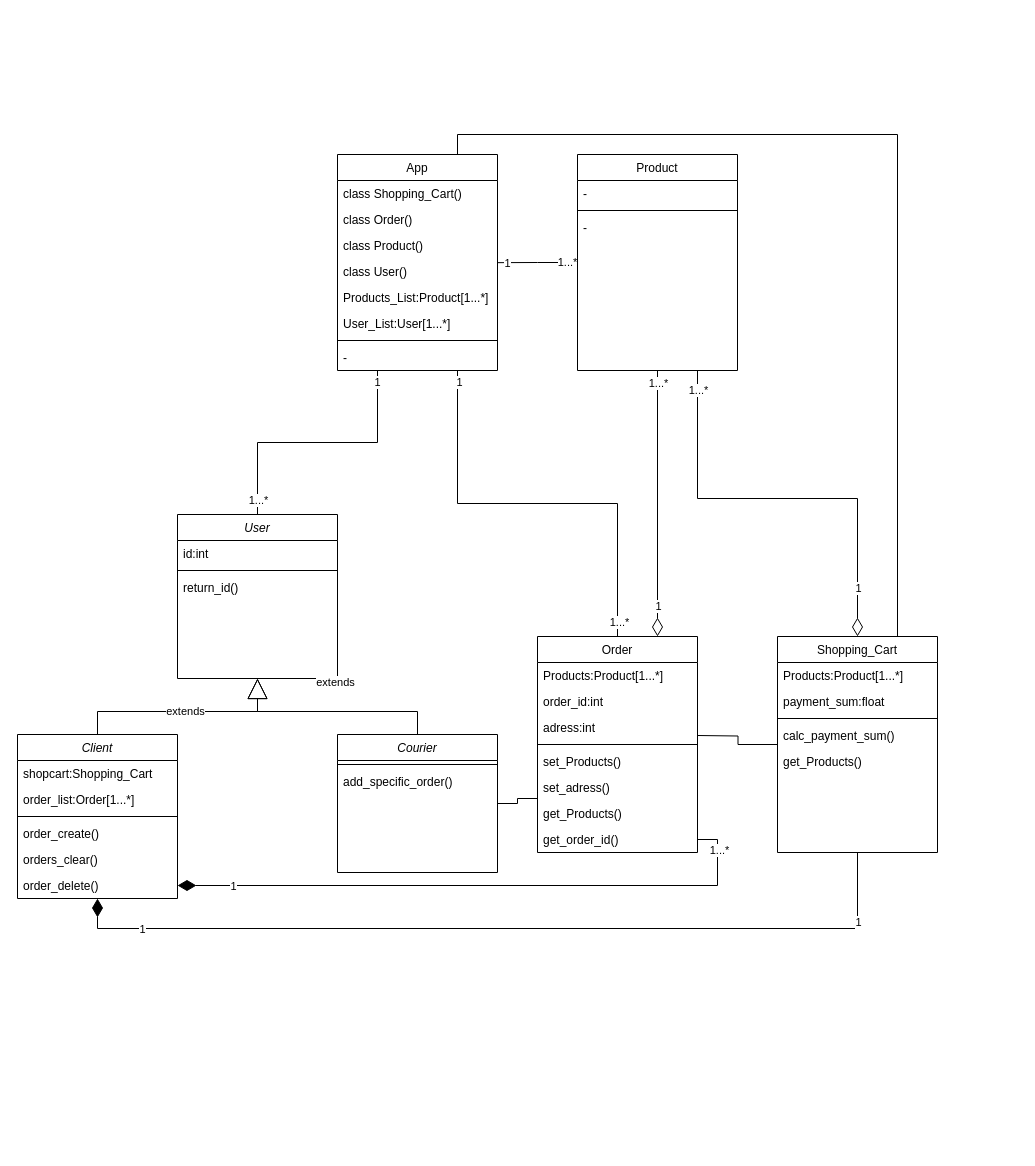
The draw.io diagram class_diagram_delivery_service.drawio in MstislavRomanovski/ProgramIngeneering, before the edit. Source tidied: cells renumbered, new cells numbered last; positions are measured from the earlier drawing's top-left corner, leaving out a move shared by most shapes. Both pictures are drawn from the tidied source at 100%, with x=0, y=0 at pixel (17, 154).
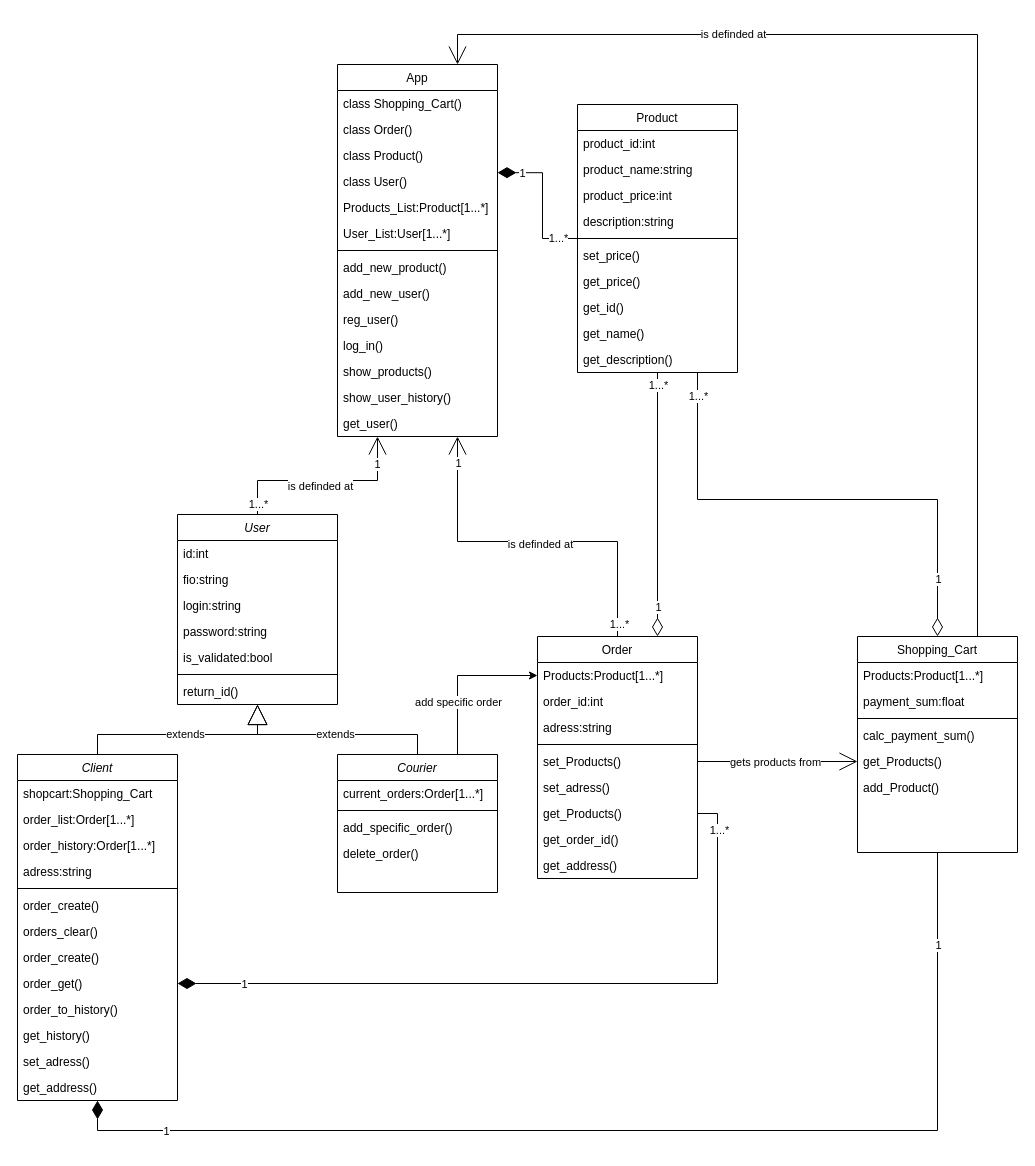
Above is the later version.

The change refers to these unchanged cells:
```xml
<mxCell id="13" value="class User()" style="text;align=left;verticalAlign=top;spacingLeft=4;spacingRight=4;overflow=hidden;points=[[0,0.5],[1,0.5]];portConstraint=eastwest;rounded=0;shadow=0;html=0;" parent="9" vertex="1">
  <mxGeometry y="104" width="160" height="26" as="geometry" />
</mxCell>
<mxCell id="39" value="Products:Product[1...*]" style="text;align=left;verticalAlign=top;spacingLeft=4;spacingRight=4;overflow=hidden;points=[[0,0.5],[1,0.5]];portConstraint=eastwest;rounded=0;shadow=0;html=0;" parent="38" vertex="1">
  <mxGeometry y="26" width="160" height="26" as="geometry" />
</mxCell>
<mxCell id="43" value="set_Products()" style="text;align=left;verticalAlign=top;spacingLeft=4;spacingRight=4;overflow=hidden;points=[[0,0.5],[1,0.5]];portConstraint=eastwest;" parent="38" vertex="1">
  <mxGeometry y="112" width="160" height="26" as="geometry" />
</mxCell>
<mxCell id="45" value="get_Products()" style="text;align=left;verticalAlign=top;spacingLeft=4;spacingRight=4;overflow=hidden;points=[[0,0.5],[1,0.5]];portConstraint=eastwest;" parent="38" vertex="1">
  <mxGeometry y="164" width="160" height="26" as="geometry" />
</mxCell>
<mxCell id="46" value="get_order_id()" style="text;align=left;verticalAlign=top;spacingLeft=4;spacingRight=4;overflow=hidden;points=[[0,0.5],[1,0.5]];portConstraint=eastwest;" parent="38" vertex="1">
  <mxGeometry y="190" width="160" height="26" as="geometry" />
</mxCell>
<mxCell id="56" value="get_Products()" style="text;align=left;verticalAlign=top;spacingLeft=4;spacingRight=4;overflow=hidden;points=[[0,0.5],[1,0.5]];portConstraint=eastwest;" parent="51" vertex="1">
  <mxGeometry y="112" width="160" height="26" as="geometry" />
</mxCell>
```

What changed in the source:
```diff
@@
-    <mxCell id="2" style="edgeStyle=orthogonalEdgeStyle;rounded=0;jettySize=auto;html=1;exitX=0.5;exitY=0;exitDx=0;exitDy=0;entryX=0.25;entryY=1;entryDx=0;entryDy=0;endArrow=none;endFill=0;endSize=16;" parent="1" edge="1" source="5" target="9">
+    <mxCell id="2" style="edgeStyle=orthogonalEdgeStyle;rounded=0;jettySize=auto;html=1;exitX=0.5;exitY=0;exitDx=0;exitDy=0;entryX=0.25;entryY=1;entryDx=0;entryDy=0;endArrow=open;endFill=0;endSize=16;" parent="1" edge="1" source="5" target="9">
       <mxGeometry relative="1" as="geometry" />
     </mxCell>
     <mxCell id="3" value="1" style="edgeLabel;html=1;align=center;verticalAlign=middle;" parent="2" vertex="1">
-      <mxGeometry x="0.92" y="1" relative="1" as="geometry" />
+      <mxGeometry x="0.92" y="1" relative="1" as="geometry">
+        <mxPoint y="19" as="offset" />
+      </mxGeometry>
     </mxCell>
@@
     <mxCell id="5" value="User" style="swimlane;fontStyle=2;align=center;verticalAlign=top;horizontal=1;startSize=26;rounded=0;shadow=0;strokeWidth=1;" parent="1" vertex="1">
-      <mxGeometry x="160" y="360" width="160" height="164" as="geometry" />
+      <mxGeometry x="160" y="360" width="160" height="190" as="geometry" />
     </mxCell>
@@
+    <mxCell id="72" value="fio:string" style="text;align=left;verticalAlign=top;spacingLeft=4;spacingRight=4;overflow=hidden;rounded=0;shadow=0;html=0;" parent="5" vertex="1">
+      <mxGeometry y="52" width="160" height="26" as="geometry" />
+    </mxCell>
+    <mxCell id="73" value="login:string" style="text;align=left;verticalAlign=top;spacingLeft=4;spacingRight=4;overflow=hidden;rounded=0;shadow=0;html=0;" parent="5" vertex="1">
+      <mxGeometry y="78" width="160" height="26" as="geometry" />
+    </mxCell>
+    <mxCell id="74" value="password:string" style="text;align=left;verticalAlign=top;spacingLeft=4;spacingRight=4;overflow=hidden;rounded=0;shadow=0;html=0;" parent="5" vertex="1">
+      <mxGeometry y="104" width="160" height="26" as="geometry" />
+    </mxCell>
+    <mxCell id="75" value="is_validated:bool" style="text;align=left;verticalAlign=top;spacingLeft=4;spacingRight=4;overflow=hidden;rounded=0;shadow=0;html=0;" parent="5" vertex="1">
+      <mxGeometry y="130" width="160" height="26" as="geometry" />
+    </mxCell>
     <mxCell id="7" style="line;html=1;strokeWidth=1;align=left;verticalAlign=middle;spacingTop=-1;spacingLeft=3;spacingRight=3;labelPosition=right;" parent="5" vertex="1">
-      <mxGeometry y="52" width="160" height="8" as="geometry" />
+      <mxGeometry y="156" width="160" height="8" as="geometry" />
     </mxCell>
     <mxCell id="8" value="return_id()" style="text;align=left;verticalAlign=top;spacingLeft=4;spacingRight=4;overflow=hidden;" parent="5" vertex="1">
-      <mxGeometry y="60" width="160" height="26" as="geometry" />
+      <mxGeometry y="164" width="160" height="26" as="geometry" />
     </mxCell>
     <mxCell id="9" value="App" style="swimlane;fontStyle=0;align=center;verticalAlign=top;horizontal=1;startSize=26;rounded=0;shadow=0;strokeWidth=1;" parent="1" vertex="1">
-      <mxGeometry x="320" width="160" height="216" as="geometry" />
+      <mxGeometry x="320" y="-90" width="160" height="372" as="geometry" />
     </mxCell>
@@
-    <mxCell id="17" value="-" style="text;align=left;verticalAlign=top;spacingLeft=4;spacingRight=4;overflow=hidden;" parent="9" vertex="1">
+    <mxCell id="17" value="add_new_product()" style="text;align=left;verticalAlign=top;spacingLeft=4;spacingRight=4;overflow=hidden;" parent="9" vertex="1">
       <mxGeometry y="190" width="160" height="26" as="geometry" />
     </mxCell>
+    <mxCell id="76" value="add_new_user()" style="text;align=left;verticalAlign=top;spacingLeft=4;spacingRight=4;overflow=hidden;" parent="9" vertex="1">
+      <mxGeometry y="216" width="160" height="26" as="geometry" />
+    </mxCell>
+    <mxCell id="77" value="reg_user()" style="text;align=left;verticalAlign=top;spacingLeft=4;spacingRight=4;overflow=hidden;" parent="9" vertex="1">
+      <mxGeometry y="242" width="160" height="26" as="geometry" />
+    </mxCell>
+    <mxCell id="78" value="log_in()" style="text;align=left;verticalAlign=top;spacingLeft=4;spacingRight=4;overflow=hidden;" parent="9" vertex="1">
+      <mxGeometry y="268" width="160" height="26" as="geometry" />
+    </mxCell>
+    <mxCell id="79" value="show_products()" style="text;align=left;verticalAlign=top;spacingLeft=4;spacingRight=4;overflow=hidden;" parent="9" vertex="1">
+      <mxGeometry y="294" width="160" height="26" as="geometry" />
+    </mxCell>
+    <mxCell id="80" value="show_user_history()" style="text;align=left;verticalAlign=top;spacingLeft=4;spacingRight=4;overflow=hidden;" parent="9" vertex="1">
+      <mxGeometry y="320" width="160" height="26" as="geometry" />
+    </mxCell>
+    <mxCell id="81" value="get_user()" style="text;align=left;verticalAlign=top;spacingLeft=4;spacingRight=4;overflow=hidden;" parent="9" vertex="1">
+      <mxGeometry y="346" width="160" height="26" as="geometry" />
+    </mxCell>
@@
     <mxCell id="20" value="Client" style="swimlane;fontStyle=2;align=center;verticalAlign=top;horizontal=1;startSize=26;rounded=0;shadow=0;strokeWidth=1;" parent="1" vertex="1">
-      <mxGeometry y="580" width="160" height="164" as="geometry" />
+      <mxGeometry y="600" width="160" height="346" as="geometry" />
     </mxCell>
@@
+    <mxCell id="82" value="order_history:Order[1...*]" style="text;align=left;verticalAlign=top;spacingLeft=4;spacingRight=4;overflow=hidden;rounded=0;shadow=0;html=0;" parent="20" vertex="1">
+      <mxGeometry y="78" width="160" height="26" as="geometry" />
+    </mxCell>
+    <mxCell id="83" value="adress:string" style="text;align=left;verticalAlign=top;spacingLeft=4;spacingRight=4;overflow=hidden;rounded=0;shadow=0;html=0;" parent="20" vertex="1">
+      <mxGeometry y="104" width="160" height="26" as="geometry" />
+    </mxCell>
     <mxCell id="23" style="line;html=1;strokeWidth=1;align=left;verticalAlign=middle;spacingTop=-1;spacingLeft=3;spacingRight=3;labelPosition=right;" parent="20" vertex="1">
-      <mxGeometry y="78" width="160" height="8" as="geometry" />
+      <mxGeometry y="130" width="160" height="8" as="geometry" />
     </mxCell>
     <mxCell id="24" value="order_create()" style="text;align=left;verticalAlign=top;spacingLeft=4;spacingRight=4;overflow=hidden;" parent="20" vertex="1">
-      <mxGeometry y="86" width="160" height="26" as="geometry" />
+      <mxGeometry y="138" width="160" height="26" as="geometry" />
     </mxCell>
     <mxCell id="25" value="orders_clear()" style="text;align=left;verticalAlign=top;spacingLeft=4;spacingRight=4;overflow=hidden;" parent="20" vertex="1">
-      <mxGeometry y="112" width="160" height="26" as="geometry" />
+      <mxGeometry y="164" width="160" height="26" as="geometry" />
     </mxCell>
+    <mxCell id="84" value="order_create()" style="text;align=left;verticalAlign=top;spacingLeft=4;spacingRight=4;overflow=hidden;" parent="20" vertex="1">
+      <mxGeometry y="190" width="160" height="26" as="geometry" />
+    </mxCell>
-    <mxCell id="26" value="order_delete()" style="text;align=left;verticalAlign=top;spacingLeft=4;spacingRight=4;overflow=hidden;points=[[0,0.5],[1,0.5]];portConstraint=eastwest;" parent="20" vertex="1">
-      <mxGeometry y="138" width="160" height="26" as="geometry" />
+    <mxCell id="26" value="order_get()" style="text;align=left;verticalAlign=top;spacingLeft=4;spacingRight=4;overflow=hidden;points=[[0,0.5],[1,0.5]];portConstraint=eastwest;" parent="20" vertex="1">
+      <mxGeometry y="216" width="160" height="26" as="geometry" />
     </mxCell>
+    <mxCell id="85" value="order_to_history()" style="text;align=left;verticalAlign=top;spacingLeft=4;spacingRight=4;overflow=hidden;" parent="20" vertex="1">
+      <mxGeometry y="242" width="160" height="26" as="geometry" />
+    </mxCell>
+    <mxCell id="86" value="get_history()" style="text;align=left;verticalAlign=top;spacingLeft=4;spacingRight=4;overflow=hidden;" parent="20" vertex="1">
+      <mxGeometry y="268" width="160" height="26" as="geometry" />
+    </mxCell>
+    <mxCell id="87" value="set_adress()" style="text;align=left;verticalAlign=top;spacingLeft=4;spacingRight=4;overflow=hidden;rounded=0;shadow=0;html=0;" parent="20" vertex="1">
+      <mxGeometry y="294" width="160" height="26" as="geometry" />
+    </mxCell>
+    <mxCell id="88" value="get_address()" style="text;align=left;verticalAlign=top;spacingLeft=4;spacingRight=4;overflow=hidden;" parent="20" vertex="1">
+      <mxGeometry y="320" width="160" height="26" as="geometry" />
+    </mxCell>
@@
+    <mxCell id="89" style="edgeStyle=orthogonalEdgeStyle;rounded=0;jettySize=auto;html=1;exitX=0.75;exitY=0;exitDx=0;exitDy=0;entryX=0;entryY=0.5;entryDx=0;entryDy=0;" parent="1" edge="1" source="28" target="39">
+      <mxGeometry relative="1" as="geometry" />
+    </mxCell>
+    <mxCell id="90" value="add specific order" style="edgeLabel;html=1;align=center;verticalAlign=middle;" parent="89" vertex="1">
+      <mxGeometry x="0.12" y="-3" relative="1" as="geometry">
+        <mxPoint x="-10" y="23" as="offset" />
+      </mxGeometry>
+    </mxCell>
     <mxCell id="28" value="Courier" style="swimlane;fontStyle=2;align=center;verticalAlign=top;horizontal=1;startSize=26;rounded=0;shadow=0;strokeWidth=1;" parent="1" vertex="1">
-      <mxGeometry x="320" y="580" width="160" height="138" as="geometry" />
+      <mxGeometry x="320" y="600" width="160" height="138" as="geometry" />
     </mxCell>
+    <mxCell id="91" value="current_orders:Order[1...*]" style="text;align=left;verticalAlign=top;spacingLeft=4;spacingRight=4;overflow=hidden;rounded=0;shadow=0;html=0;" parent="28" vertex="1">
+      <mxGeometry y="26" width="160" height="26" as="geometry" />
+    </mxCell>
     <mxCell id="29" style="line;html=1;strokeWidth=1;align=left;verticalAlign=middle;spacingTop=-1;spacingLeft=3;spacingRight=3;labelPosition=right;" parent="28" vertex="1">
-      <mxGeometry y="26" width="160" height="8" as="geometry" />
+      <mxGeometry y="52" width="160" height="8" as="geometry" />
     </mxCell>
     <mxCell id="30" value="add_specific_order()" style="text;align=left;verticalAlign=top;spacingLeft=4;spacingRight=4;overflow=hidden;" parent="28" vertex="1">
-      <mxGeometry y="34" width="160" height="26" as="geometry" />
+      <mxGeometry y="60" width="160" height="26" as="geometry" />
     </mxCell>
+    <mxCell id="92" value="delete_order()" style="text;align=left;verticalAlign=top;spacingLeft=4;spacingRight=4;overflow=hidden;" parent="28" vertex="1">
+      <mxGeometry y="86" width="160" height="26" as="geometry" />
+    </mxCell>
-    <mxCell id="31" style="edgeStyle=orthogonalEdgeStyle;rounded=0;jettySize=auto;html=1;exitX=0.5;exitY=0;exitDx=0;exitDy=0;entryX=0.75;entryY=1;entryDx=0;entryDy=0;endArrow=none;endFill=0;strokeWidth=1;endSize=16;" parent="1" edge="1" source="38" target="9">
+    <mxCell id="31" style="edgeStyle=orthogonalEdgeStyle;rounded=0;jettySize=auto;html=1;exitX=0.5;exitY=0;exitDx=0;exitDy=0;entryX=0.75;entryY=1;entryDx=0;entryDy=0;endArrow=open;endFill=0;strokeWidth=1;endSize=16;" parent="1" edge="1" source="38" target="9">
       <mxGeometry relative="1" as="geometry" />
     </mxCell>
     <mxCell id="32" value="1" style="edgeLabel;html=1;align=center;verticalAlign=middle;" parent="31" vertex="1">
-      <mxGeometry x="0.95" y="-1" relative="1" as="geometry" />
+      <mxGeometry x="0.95" y="-1" relative="1" as="geometry">
+        <mxPoint y="17" as="offset" />
+      </mxGeometry>
     </mxCell>
@@
-    <mxCell id="37" style="edgeStyle=orthogonalEdgeStyle;rounded=0;jettySize=auto;html=1;exitX=0;exitY=0.75;exitDx=0;exitDy=0;entryX=1;entryY=0.5;entryDx=0;entryDy=0;endArrow=none;endFill=0;" parent="1" edge="1" source="38" target="28">
-      <mxGeometry relative="1" as="geometry" />
-    </mxCell>
     <mxCell id="38" value="Order" style="swimlane;fontStyle=0;align=center;verticalAlign=top;horizontal=1;startSize=26;rounded=0;shadow=0;strokeWidth=1;" parent="1" vertex="1">
-      <mxGeometry x="520" y="482" width="160" height="216" as="geometry" />
+      <mxGeometry x="520" y="482" width="160" height="242" as="geometry" />
     </mxCell>
@@
-    <mxCell id="41" value="adress:int" style="text;align=left;verticalAlign=top;spacingLeft=4;spacingRight=4;overflow=hidden;rounded=0;shadow=0;html=0;" parent="38" vertex="1">
+    <mxCell id="41" value="adress:string" style="text;align=left;verticalAlign=top;spacingLeft=4;spacingRight=4;overflow=hidden;rounded=0;shadow=0;html=0;" parent="38" vertex="1">
       <mxGeometry y="78" width="160" height="26" as="geometry" />
     </mxCell>
@@
+    <mxCell id="93" value="get_address()" style="text;align=left;verticalAlign=top;spacingLeft=4;spacingRight=4;overflow=hidden;" parent="38" vertex="1">
+      <mxGeometry y="216" width="160" height="26" as="geometry" />
+    </mxCell>
@@
-    <mxCell id="50" style="edgeStyle=orthogonalEdgeStyle;rounded=0;jettySize=auto;html=1;exitX=0.75;exitY=0;exitDx=0;exitDy=0;entryX=0.75;entryY=0;entryDx=0;entryDy=0;endArrow=none;endFill=0;" parent="1" edge="1" source="51" target="9">
+    <mxCell id="50" style="edgeStyle=orthogonalEdgeStyle;rounded=0;jettySize=auto;html=1;exitX=0.75;exitY=0;exitDx=0;exitDy=0;entryX=0.75;entryY=0;entryDx=0;entryDy=0;endArrow=open;endFill=0;endSize=16;" parent="1" edge="1" source="51" target="9">
       <mxGeometry relative="1" as="geometry" />
     </mxCell>
+    <mxCell id="94" value="is definded at" style="edgeLabel;html=1;align=center;verticalAlign=middle;" parent="50" vertex="1">
+      <mxGeometry x="0.47" y="-1" relative="1" as="geometry" />
+    </mxCell>
     <mxCell id="51" value="Shopping_Cart" style="swimlane;fontStyle=0;align=center;verticalAlign=top;horizontal=1;startSize=26;rounded=0;shadow=0;strokeWidth=1;" parent="1" vertex="1">
-      <mxGeometry x="760" y="482" width="160" height="216" as="geometry" />
+      <mxGeometry x="840" y="482" width="160" height="216" as="geometry" />
     </mxCell>
@@
+    <mxCell id="95" value="add_Product()" style="text;align=left;verticalAlign=top;spacingLeft=4;spacingRight=4;overflow=hidden;" parent="51" vertex="1">
+      <mxGeometry y="138" width="160" height="26" as="geometry" />
+    </mxCell>
     <mxCell id="57" value="Product" style="swimlane;fontStyle=0;align=center;verticalAlign=top;horizontal=1;startSize=26;rounded=0;shadow=0;strokeWidth=1;" parent="1" vertex="1">
-      <mxGeometry x="560" width="160" height="216" as="geometry" />
+      <mxGeometry x="560" y="-50" width="160" height="268" as="geometry" />
     </mxCell>
-    <mxCell id="58" value="-" style="text;align=left;verticalAlign=top;spacingLeft=4;spacingRight=4;overflow=hidden;rounded=0;shadow=0;html=0;" parent="57" vertex="1">
+    <mxCell id="58" value="product_id:int" style="text;align=left;verticalAlign=top;spacingLeft=4;spacingRight=4;overflow=hidden;rounded=0;shadow=0;html=0;" parent="57" vertex="1">
       <mxGeometry y="26" width="160" height="26" as="geometry" />
     </mxCell>
+    <mxCell id="96" value="product_name:string" style="text;align=left;verticalAlign=top;spacingLeft=4;spacingRight=4;overflow=hidden;rounded=0;shadow=0;html=0;" parent="57" vertex="1">
+      <mxGeometry y="52" width="160" height="26" as="geometry" />
+    </mxCell>
+    <mxCell id="97" value="product_price:int" style="text;align=left;verticalAlign=top;spacingLeft=4;spacingRight=4;overflow=hidden;rounded=0;shadow=0;html=0;" parent="57" vertex="1">
+      <mxGeometry y="78" width="160" height="26" as="geometry" />
+    </mxCell>
+    <mxCell id="98" value="description:string" style="text;align=left;verticalAlign=top;spacingLeft=4;spacingRight=4;overflow=hidden;rounded=0;shadow=0;html=0;" parent="57" vertex="1">
+      <mxGeometry y="104" width="160" height="26" as="geometry" />
+    </mxCell>
     <mxCell id="59" style="line;html=1;strokeWidth=1;align=left;verticalAlign=middle;spacingTop=-1;spacingLeft=3;spacingRight=3;labelPosition=right;" parent="57" vertex="1">
-      <mxGeometry y="52" width="160" height="8" as="geometry" />
+      <mxGeometry y="130" width="160" height="8" as="geometry" />
     </mxCell>
-    <mxCell id="60" value="-" style="text;align=left;verticalAlign=top;spacingLeft=4;spacingRight=4;overflow=hidden;" parent="57" vertex="1">
-      <mxGeometry y="60" width="160" height="26" as="geometry" />
+    <mxCell id="60" value="set_price()" style="text;align=left;verticalAlign=top;spacingLeft=4;spacingRight=4;overflow=hidden;" parent="57" vertex="1">
+      <mxGeometry y="138" width="160" height="26" as="geometry" />
     </mxCell>
+    <mxCell id="99" value="get_price()" style="text;align=left;verticalAlign=top;spacingLeft=4;spacingRight=4;overflow=hidden;" parent="57" vertex="1">
+      <mxGeometry y="164" width="160" height="26" as="geometry" />
+    </mxCell>
+    <mxCell id="100" value="get_id()" style="text;align=left;verticalAlign=top;spacingLeft=4;spacingRight=4;overflow=hidden;" parent="57" vertex="1">
+      <mxGeometry y="190" width="160" height="26" as="geometry" />
+    </mxCell>
+    <mxCell id="101" value="get_name()" style="text;align=left;verticalAlign=top;spacingLeft=4;spacingRight=4;overflow=hidden;" parent="57" vertex="1">
+      <mxGeometry y="216" width="160" height="26" as="geometry" />
+    </mxCell>
+    <mxCell id="102" value="get_description()" style="text;align=left;verticalAlign=top;spacingLeft=4;spacingRight=4;overflow=hidden;" parent="57" vertex="1">
+      <mxGeometry y="242" width="160" height="26" as="geometry" />
+    </mxCell>
     <mxCell id="61" value="extends" style="edgeLabel;html=1;align=center;verticalAlign=middle;" parent="1" vertex="1">
-      <mxGeometry x="172.1" y="538" as="geometry">
+      <mxGeometry x="172.1" y="590" as="geometry">
         <mxPoint x="145" y="-11" as="offset" />
       </mxGeometry>
     </mxCell>
-    <mxCell id="62" style="edgeStyle=orthogonalEdgeStyle;rounded=0;jettySize=auto;html=1;entryX=1;entryY=0.5;entryDx=0;entryDy=0;endArrow=diamondThin;endFill=1;endSize=16;exitX=1;exitY=0.5;exitDx=0;exitDy=0;" parent="1" edge="1" source="46" target="26">
+    <mxCell id="62" style="edgeStyle=orthogonalEdgeStyle;rounded=0;jettySize=auto;html=1;entryX=1;entryY=0.5;entryDx=0;entryDy=0;endArrow=diamondThin;endFill=1;endSize=16;exitX=1;exitY=0.5;exitDx=0;exitDy=0;" parent="1" edge="1" source="45" target="26">
       <mxGeometry relative="1" as="geometry" />
     </mxCell>
@@
-    <mxCell id="65" style="edgeStyle=orthogonalEdgeStyle;rounded=0;jettySize=auto;html=1;exitX=0;exitY=0.5;exitDx=0;exitDy=0;entryX=1;entryY=0.16;entryDx=0;entryDy=0;entryPerimeter=0;endArrow=none;endFill=0;" parent="1" edge="1" source="57" target="13">
+    <mxCell id="65" style="edgeStyle=orthogonalEdgeStyle;rounded=0;jettySize=auto;html=1;exitX=0;exitY=0.5;exitDx=0;exitDy=0;entryX=1;entryY=0.16;entryDx=0;entryDy=0;entryPerimeter=0;endArrow=diamondThin;endFill=1;endSize=16;" parent="1" edge="1" source="57" target="13">
       <mxGeometry relative="1" as="geometry" />
     </mxCell>
     <mxCell id="66" value="1" style="edgeLabel;html=1;align=center;verticalAlign=middle;" parent="65" vertex="1">
-      <mxGeometry x="0.77" relative="1" as="geometry" />
+      <mxGeometry x="0.77" relative="1" as="geometry">
+        <mxPoint x="8" as="offset" />
+      </mxGeometry>
     </mxCell>
@@
-    <mxCell id="71" style="edgeStyle=orthogonalEdgeStyle;rounded=0;jettySize=auto;html=1;exitX=1;exitY=0.5;exitDx=0;exitDy=0;endArrow=none;endFill=0;entryX=0;entryY=0.5;entryDx=0;entryDy=0;" parent="1" edge="1" target="51">
-      <mxGeometry relative="1" as="geometry">
-        <mxPoint x="680" y="581" as="sourcePoint" />
-      </mxGeometry>
+    <mxCell id="71" style="edgeStyle=orthogonalEdgeStyle;rounded=0;jettySize=auto;html=1;exitX=1;exitY=0.5;exitDx=0;exitDy=0;endArrow=open;endFill=0;entryX=0;entryY=0.5;entryDx=0;entryDy=0;endSize=16;" parent="1" edge="1" source="43" target="56">
+      <mxGeometry relative="1" as="geometry" />
     </mxCell>
+    <mxCell id="103" value="gets products from" style="edgeLabel;html=1;align=center;verticalAlign=middle;" parent="71" vertex="1">
+      <mxGeometry x="-0.36" y="-1" relative="1" as="geometry">
+        <mxPoint x="26" y="-1" as="offset" />
+      </mxGeometry>
+    </mxCell>
+    <mxCell id="104" value="is definded at" style="edgeLabel;html=1;align=center;verticalAlign=middle;" parent="1" vertex="1">
+      <mxGeometry x="720" y="-21.1" as="geometry">
+        <mxPoint x="-198" y="411" as="offset" />
+      </mxGeometry>
+    </mxCell>
+    <mxCell id="105" value="is definded at" style="edgeLabel;html=1;align=center;verticalAlign=middle;" parent="1" vertex="1">
+      <mxGeometry x="500" y="-80" as="geometry">
+        <mxPoint x="-198" y="411" as="offset" />
+      </mxGeometry>
+    </mxCell>
```
